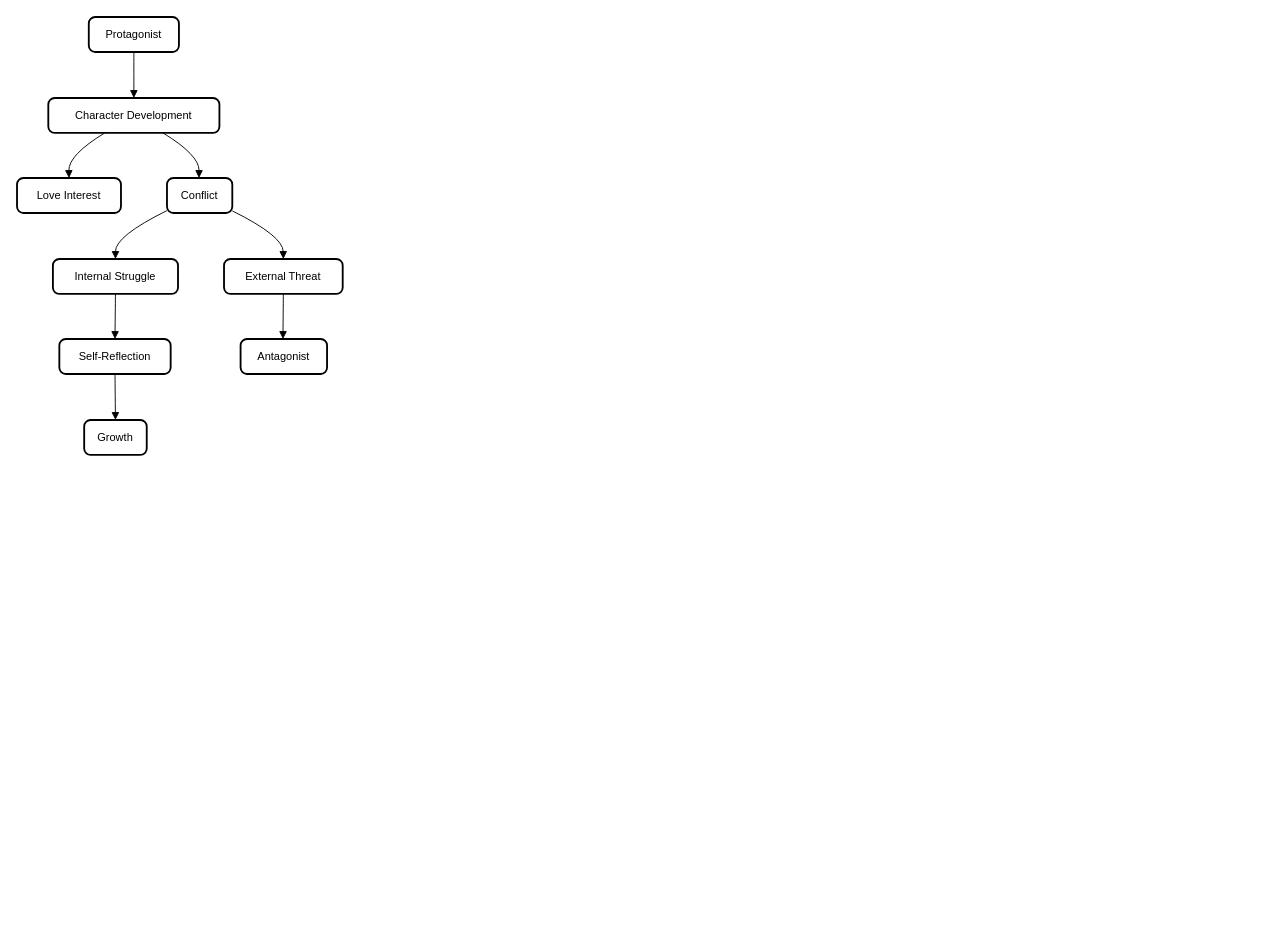
Earlier version of the draw.io diagram security-template/attack.drawio (frozenproof/dactaphanmem). Source tidied: cells renumbered, new cells numbered last; positions are measured from the earlier drawing's top-left corner, leaving out a move shared by most shapes. Both pictures are drawn from the tidied source at 92%, with x=0, y=0 at pixel (17, 17).
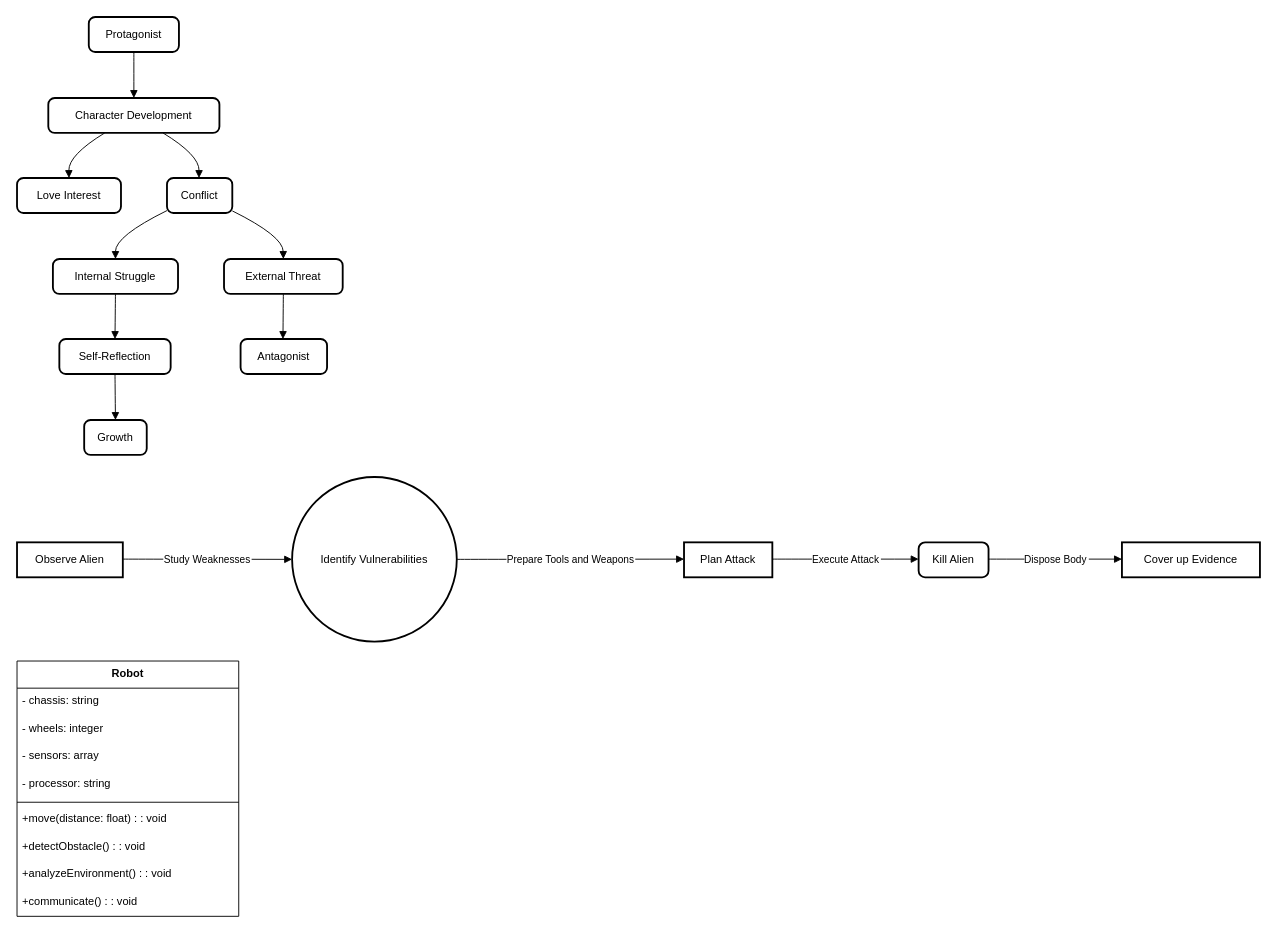
The same diagram, later.

Diff of the diagram source:
```diff
@@
+    <mxCell id="19" value="Observe Alien" style="whiteSpace=wrap;strokeWidth=2;" parent="1" vertex="1">
+      <mxGeometry y="571" width="115" height="38" as="geometry" />
+    </mxCell>
+    <mxCell id="20" value="Identify Vulnerabilities" style="ellipse;strokeWidth=2;whiteSpace=wrap;" parent="1" vertex="1">
+      <mxGeometry x="299" y="500" width="179" height="179" as="geometry" />
+    </mxCell>
+    <mxCell id="21" value="Plan Attack" style="whiteSpace=wrap;strokeWidth=2;" parent="1" vertex="1">
+      <mxGeometry x="725" y="571" width="96" height="38" as="geometry" />
+    </mxCell>
+    <mxCell id="22" value="Kill Alien" style="rounded=1;absoluteArcSize=1;arcSize=14;whiteSpace=wrap;strokeWidth=2;" parent="1" vertex="1">
+      <mxGeometry x="980" y="571" width="76" height="38" as="geometry" />
+    </mxCell>
+    <mxCell id="23" value="Cover up Evidence" style="whiteSpace=wrap;strokeWidth=2;" parent="1" vertex="1">
+      <mxGeometry x="1201" y="571" width="150" height="38" as="geometry" />
+    </mxCell>
+    <mxCell id="24" value="Study Weaknesses" style="curved=1;startArrow=none;endArrow=block;exitX=1;exitY=0.48;entryX=0;entryY=0.5;rounded=0;" parent="1" edge="1" source="19" target="20">
+      <mxGeometry relative="1" as="geometry" />
+    </mxCell>
+    <mxCell id="25" value="Prepare Tools and Weapons" style="curved=1;startArrow=none;endArrow=block;exitX=1;exitY=0.5;entryX=0;entryY=0.48;rounded=0;" parent="1" edge="1" source="20" target="21">
+      <mxGeometry relative="1" as="geometry" />
+    </mxCell>
+    <mxCell id="26" value="Execute Attack" style="curved=1;startArrow=none;endArrow=block;exitX=1;exitY=0.48;entryX=0;entryY=0.48;rounded=0;" parent="1" edge="1" source="21" target="22">
+      <mxGeometry relative="1" as="geometry" />
+    </mxCell>
+    <mxCell id="27" value="Dispose Body" style="curved=1;startArrow=none;endArrow=block;exitX=1;exitY=0.48;entryX=0;entryY=0.48;rounded=0;" parent="1" edge="1" source="22" target="23">
+      <mxGeometry relative="1" as="geometry" />
+    </mxCell>
+    <mxCell id="28" value="Robot" style="swimlane;fontStyle=1;align=center;verticalAlign=top;horizontal=1;startSize=29.5;" parent="1" vertex="1">
+      <mxGeometry y="700" width="241" height="277.5" as="geometry" />
+    </mxCell>
+    <mxCell id="29" value="- chassis: string" style="text;strokeColor=none;fillColor=none;align=left;verticalAlign=top;spacingLeft=4;spacingRight=4;overflow=hidden;" parent="28" vertex="1">
+      <mxGeometry y="29.5" width="241" height="30" as="geometry" />
+    </mxCell>
+    <mxCell id="30" value="- wheels: integer" style="text;strokeColor=none;fillColor=none;align=left;verticalAlign=top;spacingLeft=4;spacingRight=4;overflow=hidden;" parent="28" vertex="1">
+      <mxGeometry y="59.5" width="241" height="30" as="geometry" />
+    </mxCell>
+    <mxCell id="31" value="- sensors: array" style="text;strokeColor=none;fillColor=none;align=left;verticalAlign=top;spacingLeft=4;spacingRight=4;overflow=hidden;" parent="28" vertex="1">
+      <mxGeometry y="89.5" width="241" height="30" as="geometry" />
+    </mxCell>
+    <mxCell id="32" value="- processor: string" style="text;strokeColor=none;fillColor=none;align=left;verticalAlign=top;spacingLeft=4;spacingRight=4;overflow=hidden;" parent="28" vertex="1">
+      <mxGeometry y="119.5" width="241" height="30" as="geometry" />
+    </mxCell>
+    <mxCell id="33" style="line;strokeWidth=1;fillColor=none;align=left;verticalAlign=middle;spacingTop=-1;spacingLeft=3;spacingRight=3;labelPosition=right;strokeColor=inherit;" parent="28" vertex="1">
+      <mxGeometry y="149.5" width="241" height="8" as="geometry" />
+    </mxCell>
+    <mxCell id="34" value="+move(distance: float) : : void" style="text;strokeColor=none;fillColor=none;align=left;verticalAlign=top;spacingLeft=4;spacingRight=4;overflow=hidden;" parent="28" vertex="1">
+      <mxGeometry y="157.5" width="241" height="30" as="geometry" />
+    </mxCell>
+    <mxCell id="35" value="+detectObstacle() : : void" style="text;strokeColor=none;fillColor=none;align=left;verticalAlign=top;spacingLeft=4;spacingRight=4;overflow=hidden;" parent="28" vertex="1">
+      <mxGeometry y="187.5" width="241" height="30" as="geometry" />
+    </mxCell>
+    <mxCell id="36" value="+analyzeEnvironment() : : void" style="text;strokeColor=none;fillColor=none;align=left;verticalAlign=top;spacingLeft=4;spacingRight=4;overflow=hidden;" parent="28" vertex="1">
+      <mxGeometry y="217.5" width="241" height="30" as="geometry" />
+    </mxCell>
+    <mxCell id="37" value="+communicate() : : void" style="text;strokeColor=none;fillColor=none;align=left;verticalAlign=top;spacingLeft=4;spacingRight=4;overflow=hidden;" parent="28" vertex="1">
+      <mxGeometry y="247.5" width="241" height="30" as="geometry" />
+    </mxCell>
```
